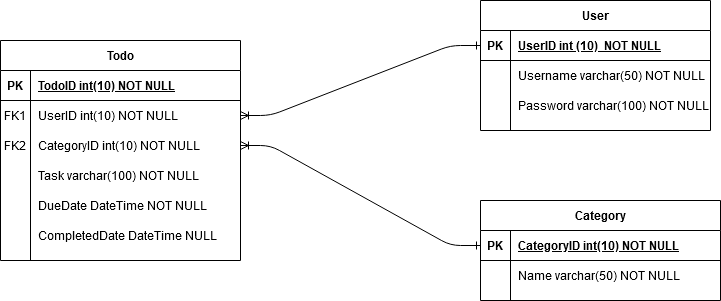
Before: img/ERD.png, a diagram exported from draw.io (T-Ralph/php-mysqli-to-do-list). Source tidied: cells renumbered, new cells last; positions are measured from the earlier drawing's top-left corner, leaving out a move shared by most shapes.
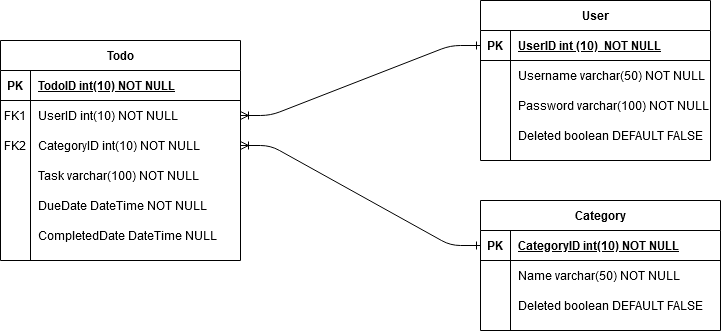
Above is the later version.

Change to the diagram source:
```diff
@@ -9,7 +9,7 @@
       <mxGeometry relative="1" as="geometry" />
     </mxCell>
     <mxCell id="4" value="User" style="shape=table;startSize=30;rowLines=0;fontStyle=1;align=center;" parent="1" vertex="1">
-      <mxGeometry x="480" width="230" height="130" as="geometry" />
+      <mxGeometry x="480" width="230" height="160" as="geometry" />
     </mxCell>
     <mxCell id="5" style="shape=partialRectangle;fillColor=none;top=0;left=0;bottom=1;right=0;points=[[0,0.5],[1,0.5]];portConstraint=eastwest;" parent="4" vertex="1">
       <mxGeometry y="30" width="230" height="30" as="geometry" />
@@ -38,8 +38,17 @@
     <mxCell id="13" value="Password varchar(100) NOT NULL" style="shape=partialRectangle;fillColor=none;top=0;left=0;bottom=0;right=0;align=left;spacingLeft=6;overflow=hidden;" parent="11" vertex="1">
       <mxGeometry x="30" width="200" height="30" as="geometry" />
     </mxCell>
+    <mxCell id="40" style="shape=partialRectangle;fillColor=none;top=0;left=0;bottom=0;right=0;" parent="4" vertex="1">
+      <mxGeometry y="120" width="230" height="30" as="geometry" />
+    </mxCell>
+    <mxCell id="41" style="shape=partialRectangle;fillColor=none;top=0;left=0;bottom=0;right=0;overflow=hidden;" parent="40" vertex="1">
+      <mxGeometry width="30" height="30" as="geometry" />
+    </mxCell>
+    <mxCell id="42" value="Deleted boolean DEFAULT FALSE" style="shape=partialRectangle;fillColor=none;top=0;left=0;bottom=0;right=0;align=left;spacingLeft=6;overflow=hidden;" parent="40" vertex="1">
+      <mxGeometry x="30" width="200" height="30" as="geometry" />
+    </mxCell>
     <mxCell id="14" value="Category" style="shape=table;startSize=30;rowLines=0;fontStyle=1;align=center;" parent="1" vertex="1">
-      <mxGeometry x="480" y="200" width="240" height="100" as="geometry" />
+      <mxGeometry x="480" y="200" width="240" height="130" as="geometry" />
     </mxCell>
     <mxCell id="15" style="shape=partialRectangle;fillColor=none;top=0;left=0;bottom=1;right=0;points=[[0,0.5],[1,0.5]];portConstraint=eastwest;" parent="14" vertex="1">
       <mxGeometry y="30" width="240" height="30" as="geometry" />
@@ -59,6 +68,15 @@
     <mxCell id="20" value="Name varchar(50) NOT NULL" style="shape=partialRectangle;fillColor=none;top=0;left=0;bottom=0;right=0;align=left;spacingLeft=6;overflow=hidden;" parent="18" vertex="1">
       <mxGeometry x="30" width="210" height="30" as="geometry" />
     </mxCell>
+    <mxCell id="43" style="shape=partialRectangle;fillColor=none;top=0;left=0;bottom=0;right=0;" parent="14" vertex="1">
+      <mxGeometry y="90" width="240" height="30" as="geometry" />
+    </mxCell>
+    <mxCell id="44" style="shape=partialRectangle;fillColor=none;top=0;left=0;bottom=0;right=0;overflow=hidden;" parent="43" vertex="1">
+      <mxGeometry width="30" height="30" as="geometry" />
+    </mxCell>
+    <mxCell id="45" value="Deleted boolean DEFAULT FALSE" style="shape=partialRectangle;fillColor=none;top=0;left=0;bottom=0;right=0;align=left;spacingLeft=6;overflow=hidden;" parent="43" vertex="1">
+      <mxGeometry x="30" width="210" height="30" as="geometry" />
+    </mxCell>
     <mxCell id="21" value="Todo" style="shape=table;startSize=30;rowLines=0;fontStyle=1;align=center;" parent="1" vertex="1">
       <mxGeometry y="40" width="240" height="220" as="geometry" />
     </mxCell>
```
